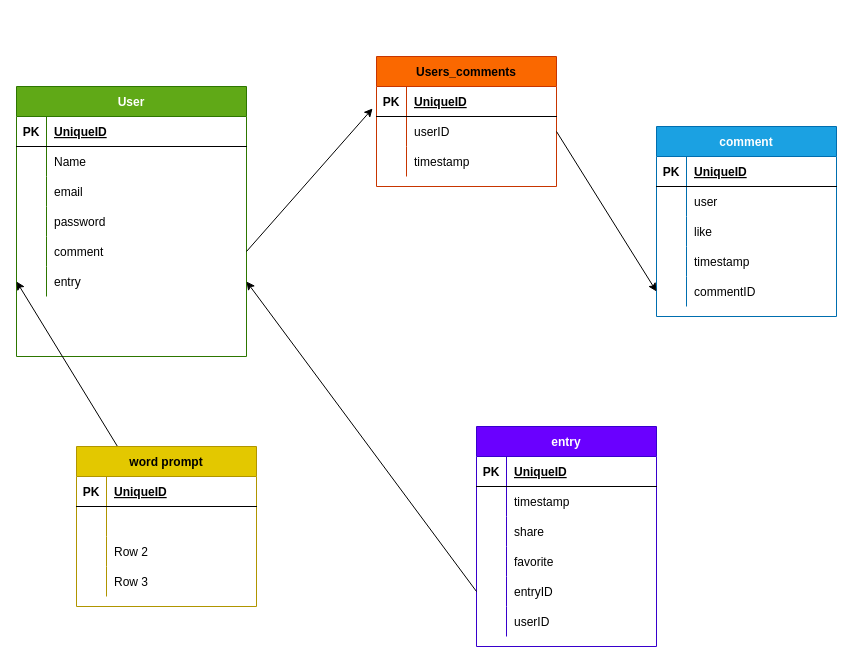
Moodybleu/A-Mile-In-Her-Mind keeps this draw.io diagram as ERD.drawio. Above is the earlier version. Source tidied: cells renumbered, new cells numbered last; positions are measured from the earlier drawing's top-left corner, leaving out a move shared by most shapes. Both pictures are drawn from the tidied source at 100%, with x=0, y=0 at pixel (16, 56).
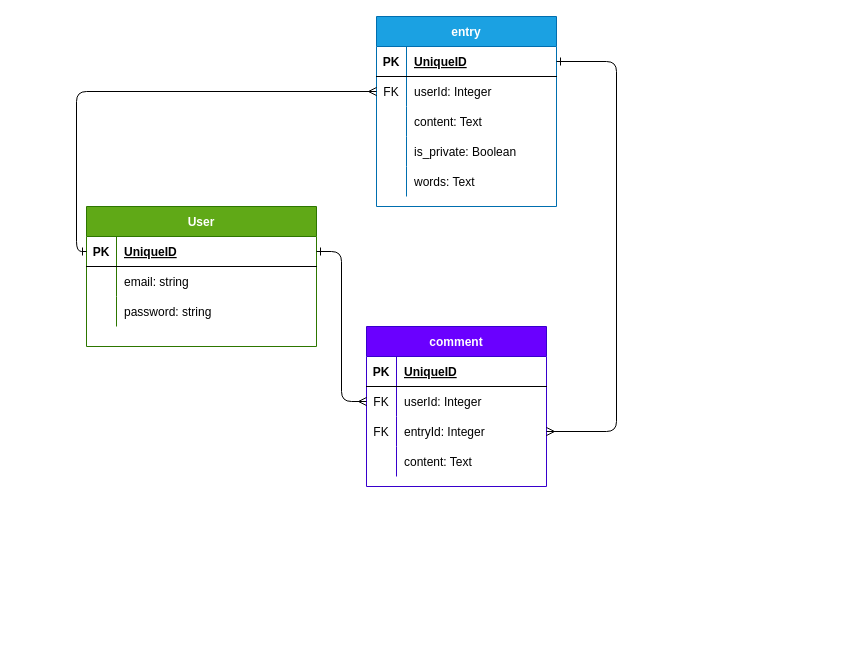
After the change.

Commit message (it also covers changes not shown here):
Corrected ERD

Unchanged cells that the change refers to:
```xml
<mxCell id="3" style="shape=partialRectangle;fillColor=none;top=0;left=0;bottom=1;right=0;points=[[0,0.5],[1,0.5]];portConstraint=eastwest;" parent="2" vertex="1">
  <mxGeometry y="30" width="180" height="30" as="geometry" />
</mxCell>
<mxCell id="6" style="shape=partialRectangle;fillColor=none;top=0;left=0;bottom=0;right=0;points=[[0,0.5],[1,0.5]];portConstraint=eastwest;" parent="2" vertex="1">
  <mxGeometry y="60" width="180" height="30" as="geometry" />
</mxCell>
<mxCell id="38" style="shape=partialRectangle;fillColor=none;top=0;left=0;bottom=1;right=0;points=[[0,0.5],[1,0.5]];portConstraint=eastwest;" parent="37" vertex="1">
  <mxGeometry y="30" width="230" height="30" as="geometry" />
</mxCell>
```

The edit, as a diff of the source:
```diff
@@
-    <mxCell id="2" value="comment" style="shape=table;startSize=30;childLayout=tableLayout;rowLines=0;fontStyle=1;align=center;swimlaneFillColor=default;fillColor=#1ba1e2;fontColor=#ffffff;strokeColor=#006EAF;" parent="1" vertex="1">
-      <mxGeometry x="640" y="70" width="180" height="190" as="geometry" />
+    <mxCell id="2" value="entry" style="shape=table;startSize=30;childLayout=tableLayout;rowLines=0;fontStyle=1;align=center;swimlaneFillColor=default;fillColor=#1ba1e2;fontColor=#ffffff;strokeColor=#006EAF;" parent="1" vertex="1">
+      <mxGeometry x="360" y="-40" width="180" height="190" as="geometry" />
     </mxCell>
@@
-    <mxCell id="7" style="shape=partialRectangle;fillColor=none;top=0;left=0;bottom=0;right=0;overflow=hidden;" parent="6" vertex="1">
+    <mxCell id="7" value="FK" style="shape=partialRectangle;fillColor=none;top=0;left=0;bottom=0;right=0;overflow=hidden;" parent="6" vertex="1">
       <mxGeometry width="30" height="30" as="geometry" />
     </mxCell>
-    <mxCell id="8" value="user" style="shape=partialRectangle;fillColor=none;top=0;left=0;bottom=0;right=0;align=left;spacingLeft=6;overflow=hidden;" parent="6" vertex="1">
+    <mxCell id="8" value="userId: Integer" style="shape=partialRectangle;fillColor=none;top=0;left=0;bottom=0;right=0;align=left;spacingLeft=6;overflow=hidden;" parent="6" vertex="1">
       <mxGeometry x="30" width="150" height="30" as="geometry" />
     </mxCell>
-    <mxCell id="9" style="shape=partialRectangle;fillColor=none;top=0;left=0;bottom=0;right=0;" parent="2" vertex="1">
-      <mxGeometry y="90" width="180" height="30" as="geometry" />
-    </mxCell>
-    <mxCell id="10" style="shape=partialRectangle;fillColor=none;top=0;left=0;bottom=0;right=0;overflow=hidden;" parent="9" vertex="1">
-      <mxGeometry width="30" height="30" as="geometry" />
-    </mxCell>
-    <mxCell id="11" value="like" style="shape=partialRectangle;fillColor=none;top=0;left=0;bottom=0;right=0;align=left;spacingLeft=6;overflow=hidden;" parent="9" vertex="1">
-      <mxGeometry x="30" width="150" height="30" as="geometry" />
-    </mxCell>
     <mxCell id="12" style="shape=partialRectangle;fillColor=none;top=0;left=0;bottom=0;right=0;" parent="2" vertex="1">
-      <mxGeometry y="120" width="180" height="30" as="geometry" />
+      <mxGeometry y="90" width="180" height="30" as="geometry" />
     </mxCell>
@@
-    <mxCell id="14" value="timestamp" style="shape=partialRectangle;fillColor=none;top=0;left=0;bottom=0;right=0;align=left;spacingLeft=6;overflow=hidden;" parent="12" vertex="1">
+    <mxCell id="14" value="content: Text" style="shape=partialRectangle;fillColor=none;top=0;left=0;bottom=0;right=0;align=left;spacingLeft=6;overflow=hidden;" parent="12" vertex="1">
       <mxGeometry x="30" width="150" height="30" as="geometry" />
     </mxCell>
     <mxCell id="15" style="shape=partialRectangle;fillColor=none;top=0;left=0;bottom=0;right=0;points=[[0,0.5],[1,0.5]];portConstraint=eastwest;" parent="2" vertex="1">
-      <mxGeometry y="150" width="180" height="30" as="geometry" />
+      <mxGeometry y="120" width="180" height="30" as="geometry" />
     </mxCell>
@@
-    <mxCell id="17" value="commentID" style="shape=partialRectangle;fillColor=none;top=0;left=0;bottom=0;right=0;align=left;spacingLeft=6;overflow=hidden;" parent="15" vertex="1">
+    <mxCell id="17" value="is_private: Boolean" style="shape=partialRectangle;fillColor=none;top=0;left=0;bottom=0;right=0;align=left;spacingLeft=6;overflow=hidden;" parent="15" vertex="1">
       <mxGeometry x="30" width="150" height="30" as="geometry" />
     </mxCell>
+    <mxCell id="31" style="shape=partialRectangle;fillColor=none;top=0;left=0;bottom=0;right=0;points=[[0,0.5],[1,0.5]];portConstraint=eastwest;" parent="2" vertex="1">
+      <mxGeometry y="150" width="180" height="30" as="geometry" />
+    </mxCell>
+    <mxCell id="83" style="shape=partialRectangle;fillColor=none;top=0;left=0;bottom=0;right=0;overflow=hidden;" parent="31" vertex="1">
+      <mxGeometry width="30" height="30" as="geometry" />
+    </mxCell>
+    <mxCell id="84" value="words: Text" style="shape=partialRectangle;fillColor=none;top=0;left=0;bottom=0;right=0;align=left;spacingLeft=6;overflow=hidden;" parent="31" vertex="1">
+      <mxGeometry x="30" width="150" height="30" as="geometry" />
+    </mxCell>
-    <mxCell id="18" value="entry" style="shape=table;startSize=30;childLayout=tableLayout;rowLines=0;fontStyle=1;align=center;swimlaneFillColor=default;fillColor=#6a00ff;fontColor=#ffffff;strokeColor=#3700CC;" parent="1" vertex="1">
-      <mxGeometry x="460" y="370" width="180" height="220" as="geometry" />
+    <mxCell id="18" value="comment" style="shape=table;startSize=30;childLayout=tableLayout;rowLines=0;fontStyle=1;align=center;swimlaneFillColor=default;fillColor=#6a00ff;fontColor=#ffffff;strokeColor=#3700CC;" parent="1" vertex="1">
+      <mxGeometry x="350" y="270" width="180" height="160" as="geometry" />
     </mxCell>
@@
+    <mxCell id="85" style="shape=partialRectangle;fillColor=none;top=0;left=0;bottom=0;right=0;points=[[0,0.5],[1,0.5]];portConstraint=eastwest;" parent="18" vertex="1">
+      <mxGeometry y="60" width="180" height="30" as="geometry" />
+    </mxCell>
+    <mxCell id="86" value="FK" style="shape=partialRectangle;fillColor=none;top=0;left=0;bottom=0;right=0;overflow=hidden;" parent="85" vertex="1">
+      <mxGeometry width="30" height="30" as="geometry" />
+    </mxCell>
+    <mxCell id="87" value="userId: Integer" style="shape=partialRectangle;fillColor=none;top=0;left=0;bottom=0;right=0;align=left;spacingLeft=6;overflow=hidden;" parent="85" vertex="1">
+      <mxGeometry x="30" width="150" height="30" as="geometry" />
+    </mxCell>
+    <mxCell id="88" style="shape=partialRectangle;fillColor=none;top=0;left=0;bottom=0;right=0;points=[[0,0.5],[1,0.5]];portConstraint=eastwest;" parent="18" vertex="1">
+      <mxGeometry y="90" width="180" height="30" as="geometry" />
+    </mxCell>
+    <mxCell id="89" value="FK" style="shape=partialRectangle;fillColor=none;top=0;left=0;bottom=0;right=0;overflow=hidden;" parent="88" vertex="1">
+      <mxGeometry width="30" height="30" as="geometry" />
+    </mxCell>
+    <mxCell id="90" value="entryId: Integer" style="shape=partialRectangle;fillColor=none;top=0;left=0;bottom=0;right=0;align=left;spacingLeft=6;overflow=hidden;" parent="88" vertex="1">
+      <mxGeometry x="30" width="150" height="30" as="geometry" />
+    </mxCell>
     <mxCell id="22" style="shape=partialRectangle;fillColor=none;top=0;left=0;bottom=0;right=0;" parent="18" vertex="1">
-      <mxGeometry y="60" width="180" height="30" as="geometry" />
+      <mxGeometry y="120" width="180" height="30" as="geometry" />
     </mxCell>
@@
-    <mxCell id="24" value="timestamp" style="shape=partialRectangle;fillColor=none;top=0;left=0;bottom=0;right=0;align=left;spacingLeft=6;overflow=hidden;" parent="22" vertex="1">
+    <mxCell id="24" value="content: Text" style="shape=partialRectangle;fillColor=none;top=0;left=0;bottom=0;right=0;align=left;spacingLeft=6;overflow=hidden;" parent="22" vertex="1">
       <mxGeometry x="30" width="150" height="30" as="geometry" />
     </mxCell>
-    <mxCell id="25" style="shape=partialRectangle;fillColor=none;top=0;left=0;bottom=0;right=0;" parent="18" vertex="1">
-      <mxGeometry y="90" width="180" height="30" as="geometry" />
-    </mxCell>
-    <mxCell id="26" style="shape=partialRectangle;fillColor=none;top=0;left=0;bottom=0;right=0;overflow=hidden;" parent="25" vertex="1">
-      <mxGeometry width="30" height="30" as="geometry" />
-    </mxCell>
-    <mxCell id="27" value="share" style="shape=partialRectangle;fillColor=none;top=0;left=0;bottom=0;right=0;align=left;spacingLeft=6;overflow=hidden;" parent="25" vertex="1">
-      <mxGeometry x="30" width="150" height="30" as="geometry" />
-    </mxCell>
-    <mxCell id="28" style="shape=partialRectangle;fillColor=none;top=0;left=0;bottom=0;right=0;" parent="18" vertex="1">
-      <mxGeometry y="120" width="180" height="30" as="geometry" />
-    </mxCell>
-    <mxCell id="29" style="shape=partialRectangle;fillColor=none;top=0;left=0;bottom=0;right=0;overflow=hidden;" parent="28" vertex="1">
-      <mxGeometry width="30" height="30" as="geometry" />
-    </mxCell>
-    <mxCell id="30" value="favorite" style="shape=partialRectangle;fillColor=none;top=0;left=0;bottom=0;right=0;align=left;spacingLeft=6;overflow=hidden;" parent="28" vertex="1">
-      <mxGeometry x="30" width="150" height="30" as="geometry" />
-    </mxCell>
-    <mxCell id="31" style="shape=partialRectangle;fillColor=none;top=0;left=0;bottom=0;right=0;points=[[0,0.5],[1,0.5]];portConstraint=eastwest;" parent="18" vertex="1">
-      <mxGeometry y="150" width="180" height="30" as="geometry" />
-    </mxCell>
-    <mxCell id="32" style="shape=partialRectangle;fillColor=none;top=0;left=0;bottom=0;right=0;overflow=hidden;" parent="31" vertex="1">
-      <mxGeometry width="30" height="30" as="geometry" />
-    </mxCell>
-    <mxCell id="33" value="entryID" style="shape=partialRectangle;fillColor=none;top=0;left=0;bottom=0;right=0;align=left;spacingLeft=6;overflow=hidden;" parent="31" vertex="1">
-      <mxGeometry x="30" width="150" height="30" as="geometry" />
-    </mxCell>
-    <mxCell id="34" style="shape=partialRectangle;fillColor=none;top=0;left=0;bottom=0;right=0;" parent="18" vertex="1">
-      <mxGeometry y="180" width="180" height="30" as="geometry" />
-    </mxCell>
-    <mxCell id="35" style="shape=partialRectangle;fillColor=none;top=0;left=0;bottom=0;right=0;overflow=hidden;" parent="34" vertex="1">
-      <mxGeometry width="30" height="30" as="geometry" />
-    </mxCell>
-    <mxCell id="36" value="userID" style="shape=partialRectangle;fillColor=none;top=0;left=0;bottom=0;right=0;align=left;spacingLeft=6;overflow=hidden;" parent="34" vertex="1">
-      <mxGeometry x="30" width="150" height="30" as="geometry" />
-    </mxCell>
     <mxCell id="37" value="User" style="shape=table;startSize=30;childLayout=tableLayout;rowLines=0;fontStyle=1;align=center;swimlaneFillColor=default;fillColor=#60a917;fontColor=#ffffff;strokeColor=#2D7600;" parent="1" vertex="1">
-      <mxGeometry y="30" width="230" height="270" as="geometry" />
+      <mxGeometry x="70" y="150" width="230" height="140" as="geometry" />
     </mxCell>
@@
-    <mxCell id="41" style="shape=partialRectangle;fillColor=none;top=0;left=0;bottom=0;right=0;" parent="37" vertex="1">
-      <mxGeometry y="60" width="230" height="30" as="geometry" />
-    </mxCell>
-    <mxCell id="42" style="shape=partialRectangle;fillColor=none;top=0;left=0;bottom=0;right=0;overflow=hidden;" parent="41" vertex="1">
-      <mxGeometry width="30" height="30" as="geometry" />
-    </mxCell>
-    <mxCell id="43" value="Name" style="shape=partialRectangle;fillColor=none;top=0;left=0;bottom=0;right=0;align=left;spacingLeft=6;overflow=hidden;" parent="41" vertex="1">
-      <mxGeometry x="30" width="200" height="30" as="geometry" />
-    </mxCell>
     <mxCell id="44" style="shape=partialRectangle;fillColor=none;top=0;left=0;bottom=0;right=0;" parent="37" vertex="1">
-      <mxGeometry y="90" width="230" height="30" as="geometry" />
+      <mxGeometry y="60" width="230" height="30" as="geometry" />
     </mxCell>
@@
-    <mxCell id="46" value="email" style="shape=partialRectangle;fillColor=none;top=0;left=0;bottom=0;right=0;align=left;spacingLeft=6;overflow=hidden;" parent="44" vertex="1">
+    <mxCell id="46" value="email: string" style="shape=partialRectangle;fillColor=none;top=0;left=0;bottom=0;right=0;align=left;spacingLeft=6;overflow=hidden;" parent="44" vertex="1">
       <mxGeometry x="30" width="200" height="30" as="geometry" />
     </mxCell>
     <mxCell id="47" style="shape=partialRectangle;fillColor=none;top=0;left=0;bottom=0;right=0;" parent="37" vertex="1">
-      <mxGeometry y="120" width="230" height="30" as="geometry" />
+      <mxGeometry y="90" width="230" height="30" as="geometry" />
     </mxCell>
@@
-    <mxCell id="49" value="password" style="shape=partialRectangle;fillColor=none;top=0;left=0;bottom=0;right=0;align=left;spacingLeft=6;overflow=hidden;" parent="47" vertex="1">
+    <mxCell id="49" value="password: string" style="shape=partialRectangle;fillColor=none;top=0;left=0;bottom=0;right=0;align=left;spacingLeft=6;overflow=hidden;" parent="47" vertex="1">
       <mxGeometry x="30" width="200" height="30" as="geometry" />
     </mxCell>
-    <mxCell id="50" style="shape=partialRectangle;fillColor=none;top=0;left=0;bottom=0;right=0;points=[[0,0.5],[1,0.5]];portConstraint=eastwest;" parent="37" vertex="1">
-      <mxGeometry y="150" width="230" height="30" as="geometry" />
-    </mxCell>
-    <mxCell id="51" style="shape=partialRectangle;fillColor=none;top=0;left=0;bottom=0;right=0;overflow=hidden;" parent="50" vertex="1">
-      <mxGeometry width="30" height="30" as="geometry" />
-    </mxCell>
-    <mxCell id="52" value="comment" style="shape=partialRectangle;fillColor=none;top=0;left=0;bottom=0;right=0;align=left;spacingLeft=6;overflow=hidden;" parent="50" vertex="1">
-      <mxGeometry x="30" width="200" height="30" as="geometry" />
-    </mxCell>
-    <mxCell id="53" style="shape=partialRectangle;fillColor=none;top=0;left=0;bottom=0;right=0;points=[[0,0.5],[1,0.5]];portConstraint=eastwest;" parent="37" vertex="1">
-      <mxGeometry y="180" width="230" height="30" as="geometry" />
-    </mxCell>
-    <mxCell id="54" style="shape=partialRectangle;fillColor=none;top=0;left=0;bottom=0;right=0;overflow=hidden;" parent="53" vertex="1">
-      <mxGeometry width="30" height="30" as="geometry" />
-    </mxCell>
-    <mxCell id="55" value="entry" style="shape=partialRectangle;fillColor=none;top=0;left=0;bottom=0;right=0;align=left;spacingLeft=6;overflow=hidden;" parent="53" vertex="1">
-      <mxGeometry x="30" width="200" height="30" as="geometry" />
-    </mxCell>
-    <mxCell id="56" style="edgeStyle=none;html=1;entryX=0;entryY=0.5;entryDx=0;entryDy=0;" parent="1" edge="1" source="57" target="53">
-      <mxGeometry relative="1" as="geometry" />
-    </mxCell>
-    <mxCell id="57" value="word prompt" style="shape=table;startSize=30;childLayout=tableLayout;rowLines=0;fontStyle=1;align=center;swimlaneFillColor=default;fillColor=#e3c800;fontColor=#000000;strokeColor=#B09500;" parent="1" vertex="1">
-      <mxGeometry x="60" y="390" width="180" height="160" as="geometry" />
-    </mxCell>
-    <mxCell id="58" style="shape=partialRectangle;fillColor=none;top=0;left=0;bottom=1;right=0;" parent="57" vertex="1">
-      <mxGeometry y="30" width="180" height="30" as="geometry" />
-    </mxCell>
-    <mxCell id="59" value="PK" style="shape=partialRectangle;fillColor=none;top=0;left=0;bottom=0;right=0;fontStyle=1;overflow=hidden;" parent="58" vertex="1">
-      <mxGeometry width="30" height="30" as="geometry" />
-    </mxCell>
-    <mxCell id="60" value="UniqueID" style="shape=partialRectangle;fillColor=none;top=0;left=0;bottom=0;right=0;align=left;spacingLeft=6;fontStyle=5;overflow=hidden;" parent="58" vertex="1">
-      <mxGeometry x="30" width="150" height="30" as="geometry" />
-    </mxCell>
-    <mxCell id="61" style="shape=partialRectangle;fillColor=none;top=0;left=0;bottom=0;right=0;" parent="57" vertex="1">
-      <mxGeometry y="60" width="180" height="30" as="geometry" />
-    </mxCell>
-    <mxCell id="62" style="shape=partialRectangle;fillColor=none;top=0;left=0;bottom=0;right=0;overflow=hidden;" parent="61" vertex="1">
-      <mxGeometry width="30" height="30" as="geometry" />
-    </mxCell>
-    <mxCell id="63" style="shape=partialRectangle;fillColor=none;top=0;left=0;bottom=0;right=0;align=left;spacingLeft=6;overflow=hidden;" parent="61" vertex="1">
-      <mxGeometry x="30" width="150" height="30" as="geometry" />
-    </mxCell>
-    <mxCell id="64" style="shape=partialRectangle;fillColor=none;top=0;left=0;bottom=0;right=0;" parent="57" vertex="1">
-      <mxGeometry y="90" width="180" height="30" as="geometry" />
-    </mxCell>
-    <mxCell id="65" style="shape=partialRectangle;fillColor=none;top=0;left=0;bottom=0;right=0;overflow=hidden;" parent="64" vertex="1">
-      <mxGeometry width="30" height="30" as="geometry" />
-    </mxCell>
-    <mxCell id="66" value="Row 2" style="shape=partialRectangle;fillColor=none;top=0;left=0;bottom=0;right=0;align=left;spacingLeft=6;overflow=hidden;" parent="64" vertex="1">
-      <mxGeometry x="30" width="150" height="30" as="geometry" />
-    </mxCell>
-    <mxCell id="67" style="shape=partialRectangle;fillColor=none;top=0;left=0;bottom=0;right=0;" parent="57" vertex="1">
-      <mxGeometry y="120" width="180" height="30" as="geometry" />
-    </mxCell>
-    <mxCell id="68" style="shape=partialRectangle;fillColor=none;top=0;left=0;bottom=0;right=0;overflow=hidden;" parent="67" vertex="1">
-      <mxGeometry width="30" height="30" as="geometry" />
-    </mxCell>
-    <mxCell id="69" value="Row 3" style="shape=partialRectangle;fillColor=none;top=0;left=0;bottom=0;right=0;align=left;spacingLeft=6;overflow=hidden;" parent="67" vertex="1">
-      <mxGeometry x="30" width="150" height="30" as="geometry" />
-    </mxCell>
-    <mxCell id="70" value="Users_comments" style="shape=table;startSize=30;childLayout=tableLayout;rowLines=0;fontStyle=1;align=center;fillColor=#fa6800;fontColor=#000000;strokeColor=#C73500;swimlaneFillColor=default;" parent="1" vertex="1">
-      <mxGeometry x="360" width="180" height="130" as="geometry" />
-    </mxCell>
-    <mxCell id="71" style="shape=partialRectangle;fillColor=none;top=0;left=0;bottom=1;right=0;points=[[0,0.5],[1,0.5]];portConstraint=eastwest;" parent="70" vertex="1">
-      <mxGeometry y="30" width="180" height="30" as="geometry" />
-    </mxCell>
-    <mxCell id="72" value="PK" style="shape=partialRectangle;fillColor=none;top=0;left=0;bottom=0;right=0;fontStyle=1;overflow=hidden;" parent="71" vertex="1">
-      <mxGeometry width="30" height="30" as="geometry" />
-    </mxCell>
-    <mxCell id="73" value="UniqueID" style="shape=partialRectangle;fillColor=none;top=0;left=0;bottom=0;right=0;align=left;spacingLeft=6;fontStyle=5;overflow=hidden;" parent="71" vertex="1">
-      <mxGeometry x="30" width="150" height="30" as="geometry" />
-    </mxCell>
-    <mxCell id="74" style="shape=partialRectangle;fillColor=none;top=0;left=0;bottom=0;right=0;points=[[0,0.5],[1,0.5]];portConstraint=eastwest;" parent="70" vertex="1">
-      <mxGeometry y="60" width="180" height="30" as="geometry" />
-    </mxCell>
-    <mxCell id="75" style="shape=partialRectangle;fillColor=none;top=0;left=0;bottom=0;right=0;overflow=hidden;" parent="74" vertex="1">
-      <mxGeometry width="30" height="30" as="geometry" />
-    </mxCell>
-    <mxCell id="76" value="userID" style="shape=partialRectangle;fillColor=none;top=0;left=0;bottom=0;right=0;align=left;spacingLeft=6;overflow=hidden;" parent="74" vertex="1">
-      <mxGeometry x="30" width="150" height="30" as="geometry" />
-    </mxCell>
-    <mxCell id="77" style="shape=partialRectangle;fillColor=none;top=0;left=0;bottom=0;right=0;" parent="70" vertex="1">
-      <mxGeometry y="90" width="180" height="30" as="geometry" />
-    </mxCell>
-    <mxCell id="78" style="shape=partialRectangle;fillColor=none;top=0;left=0;bottom=0;right=0;overflow=hidden;" parent="77" vertex="1">
-      <mxGeometry width="30" height="30" as="geometry" />
-    </mxCell>
-    <mxCell id="79" value="timestamp" style="shape=partialRectangle;fillColor=none;top=0;left=0;bottom=0;right=0;align=left;spacingLeft=6;overflow=hidden;" parent="77" vertex="1">
-      <mxGeometry x="30" width="150" height="30" as="geometry" />
-    </mxCell>
-    <mxCell id="80" style="edgeStyle=none;html=1;exitX=1;exitY=0.5;exitDx=0;exitDy=0;entryX=-0.022;entryY=0.733;entryDx=0;entryDy=0;entryPerimeter=0;" parent="1" edge="1" source="50" target="71">
-      <mxGeometry relative="1" as="geometry" />
-    </mxCell>
-    <mxCell id="81" style="edgeStyle=none;html=1;entryX=0;entryY=0.5;entryDx=0;entryDy=0;exitX=1;exitY=0.5;exitDx=0;exitDy=0;" parent="1" edge="1" source="74" target="15">
-      <mxGeometry relative="1" as="geometry" />
-    </mxCell>
-    <mxCell id="82" style="edgeStyle=none;html=1;entryX=1;entryY=0.5;entryDx=0;entryDy=0;exitX=0;exitY=0.5;exitDx=0;exitDy=0;" parent="1" edge="1" source="31" target="53">
-      <mxGeometry relative="1" as="geometry" />
-    </mxCell>
+    <mxCell id="91" style="edgeStyle=orthogonalEdgeStyle;html=1;entryX=0;entryY=0.5;entryDx=0;entryDy=0;startArrow=ERmany;startFill=0;endArrow=ERone;endFill=0;strokeColor=default;" parent="1" edge="1" source="6" target="38">
+      <mxGeometry relative="1" as="geometry" />
+    </mxCell>
+    <mxCell id="92" style="edgeStyle=orthogonalEdgeStyle;html=1;entryX=1;entryY=0.5;entryDx=0;entryDy=0;startArrow=ERmany;startFill=0;endArrow=ERone;endFill=0;strokeColor=default;" parent="1" edge="1" source="88" target="3">
+      <mxGeometry relative="1" as="geometry">
+        <Array as="points">
+          <mxPoint x="600" y="375" />
+          <mxPoint x="600" y="5" />
+        </Array>
+      </mxGeometry>
+    </mxCell>
+    <mxCell id="93" style="edgeStyle=orthogonalEdgeStyle;html=1;entryX=0;entryY=0.5;entryDx=0;entryDy=0;startArrow=ERone;startFill=0;endArrow=ERmany;endFill=0;strokeColor=default;" parent="1" edge="1" source="38" target="85">
+      <mxGeometry relative="1" as="geometry" />
+    </mxCell>
```
